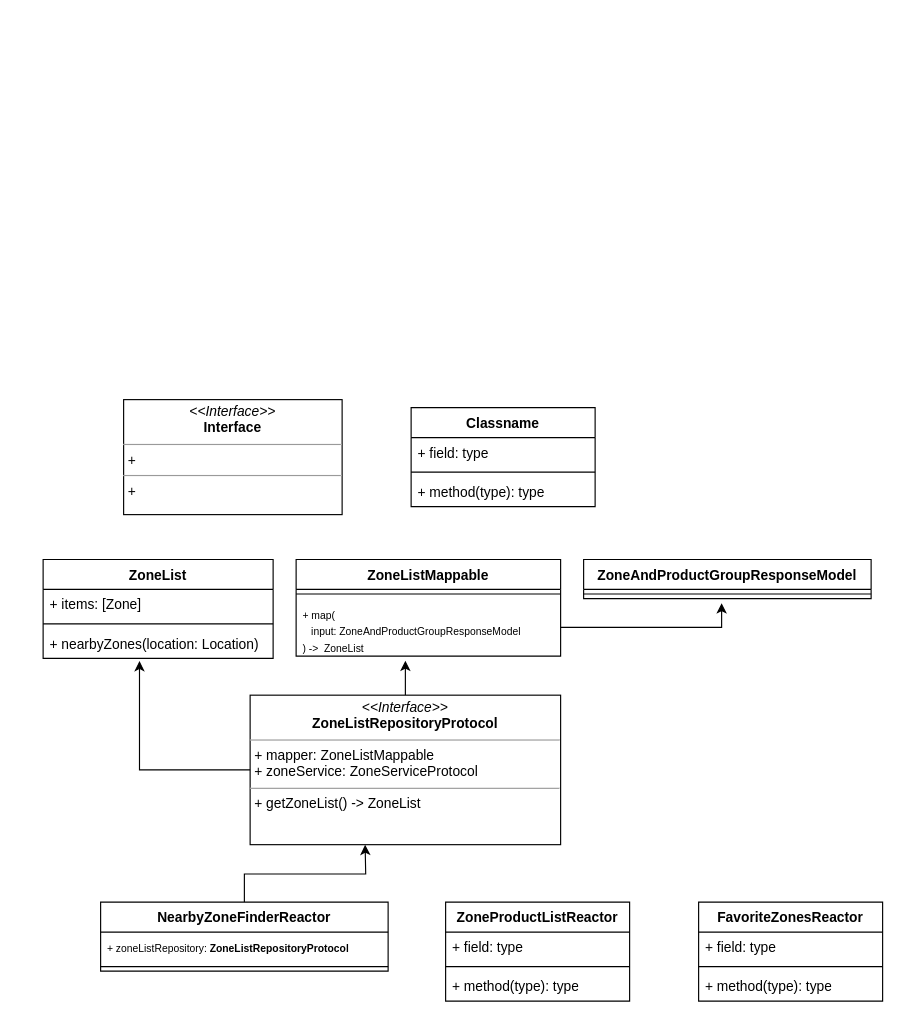
This is Cars.drawio from gookhee/diagrams, a draw.io file, before an edit. Source tidied: cells renumbered, new cells numbered last; positions are measured from the earlier drawing's top-left corner, leaving out a move shared by most shapes. Both pictures are drawn from the tidied source at 115%, with x=0, y=0 at pixel (43, 399).
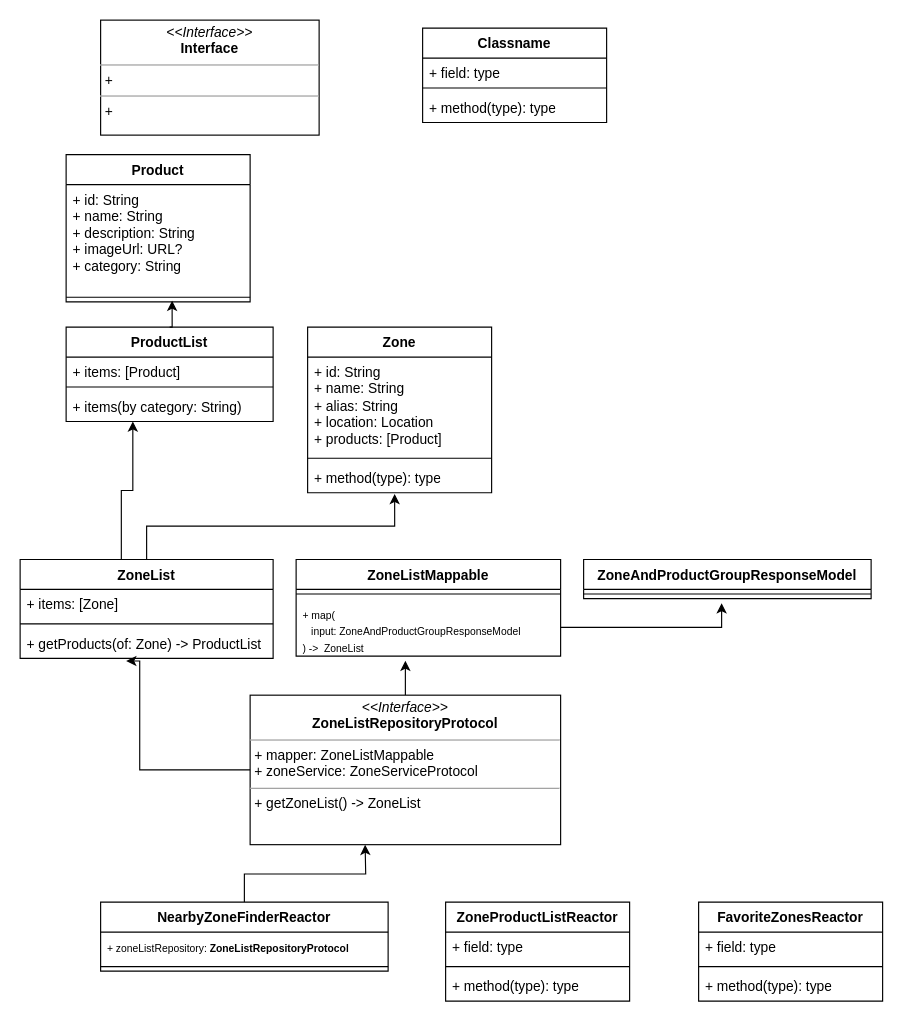
After the change.

Diff of the diagram source:
```diff
@@
     <mxCell id="2" value="&lt;p style=&quot;margin:0px;margin-top:4px;text-align:center;&quot;&gt;&lt;i&gt;&amp;lt;&amp;lt;Interface&amp;gt;&amp;gt;&lt;/i&gt;&lt;br&gt;&lt;b&gt;Interface&lt;/b&gt;&lt;/p&gt;&lt;hr size=&quot;1&quot;&gt;&lt;p style=&quot;margin:0px;margin-left:4px;&quot;&gt;+&amp;nbsp;&lt;br&gt;&lt;/p&gt;&lt;hr size=&quot;1&quot;&gt;&lt;p style=&quot;margin:0px;margin-left:4px;&quot;&gt;+&amp;nbsp;&lt;br&gt;&lt;/p&gt;" style="verticalAlign=top;align=left;overflow=fill;fontSize=12;fontFamily=Helvetica;html=1;whiteSpace=wrap;" parent="1" vertex="1">
-      <mxGeometry x="70" width="190" height="100" as="geometry" />
+      <mxGeometry x="50" y="-330" width="190" height="100" as="geometry" />
     </mxCell>
     <mxCell id="3" value="Classname" style="swimlane;fontStyle=1;align=center;verticalAlign=top;horizontal=1;startSize=26;whiteSpace=wrap;html=1;" parent="1" vertex="1">
-      <mxGeometry x="320" y="7" width="160" height="86" as="geometry" />
+      <mxGeometry x="330" y="-323" width="160" height="82" as="geometry" />
     </mxCell>
     <mxCell id="4" value="+ field: type" style="text;strokeColor=none;fillColor=none;align=left;verticalAlign=top;spacingLeft=4;spacingRight=4;overflow=hidden;whiteSpace=wrap;html=1;" parent="3" vertex="1">
-      <mxGeometry y="26" width="160" height="26" as="geometry" />
+      <mxGeometry y="26" width="160" height="22" as="geometry" />
     </mxCell>
     <mxCell id="5" style="line;strokeWidth=1;fillColor=none;align=left;verticalAlign=middle;spacingTop=-1;spacingLeft=3;spacingRight=3;labelPosition=right;strokeColor=inherit;" parent="3" vertex="1">
-      <mxGeometry y="52" width="160" height="8" as="geometry" />
+      <mxGeometry y="48" width="160" height="8" as="geometry" />
     </mxCell>
     <mxCell id="6" value="+ method(type): type" style="text;strokeColor=none;fillColor=none;align=left;verticalAlign=top;spacingLeft=4;spacingRight=4;overflow=hidden;whiteSpace=wrap;html=1;" parent="3" vertex="1">
-      <mxGeometry y="60" width="160" height="26" as="geometry" />
+      <mxGeometry y="56" width="160" height="26" as="geometry" />
     </mxCell>
@@
+    <mxCell id="32" style="edgeStyle=orthogonalEdgeStyle;rounded=0;orthogonalLoop=1;jettySize=auto;html=1;" parent="1" edge="1">
+      <mxGeometry relative="1" as="geometry">
+        <mxPoint x="68" y="139" as="sourcePoint" />
+        <mxPoint x="78" y="19" as="targetPoint" />
+        <Array as="points">
+          <mxPoint x="68" y="79" />
+          <mxPoint x="78" y="79" />
+        </Array>
+      </mxGeometry>
+    </mxCell>
     <mxCell id="23" value="ZoneList" style="swimlane;fontStyle=1;align=center;verticalAlign=top;horizontal=1;startSize=26;whiteSpace=wrap;html=1;" parent="1" vertex="1">
-      <mxGeometry y="139" width="200" height="86" as="geometry" />
+      <mxGeometry x="-20" y="139" width="220" height="86" as="geometry" />
     </mxCell>
     <mxCell id="24" value="+ items: [Zone]" style="text;strokeColor=none;fillColor=none;align=left;verticalAlign=top;spacingLeft=4;spacingRight=4;overflow=hidden;whiteSpace=wrap;html=1;" parent="23" vertex="1">
-      <mxGeometry y="26" width="200" height="26" as="geometry" />
+      <mxGeometry y="26" width="220" height="26" as="geometry" />
     </mxCell>
     <mxCell id="25" style="line;strokeWidth=1;fillColor=none;align=left;verticalAlign=middle;spacingTop=-1;spacingLeft=3;spacingRight=3;labelPosition=right;strokeColor=inherit;" parent="23" vertex="1">
-      <mxGeometry y="52" width="200" height="8" as="geometry" />
+      <mxGeometry y="52" width="220" height="8" as="geometry" />
     </mxCell>
-    <mxCell id="26" value="+ nearbyZones(location: Location)" style="text;strokeColor=none;fillColor=none;align=left;verticalAlign=top;spacingLeft=4;spacingRight=4;overflow=hidden;points=[[0,0.5],[1,0.5]];portConstraint=eastwest;whiteSpace=wrap;html=1;" parent="23" vertex="1">
-      <mxGeometry y="60" width="200" height="26" as="geometry" />
+    <mxCell id="26" value="+ getProducts(of: Zone) -&amp;gt; ProductList" style="text;strokeColor=none;fillColor=none;align=left;verticalAlign=top;spacingLeft=4;spacingRight=4;overflow=hidden;points=[[0,0.5],[1,0.5]];portConstraint=eastwest;whiteSpace=wrap;html=1;" parent="23" vertex="1">
+      <mxGeometry y="60" width="220" height="26" as="geometry" />
     </mxCell>
@@
+    <mxCell id="33" value="Product" style="swimlane;fontStyle=1;align=center;verticalAlign=top;horizontal=1;startSize=26;whiteSpace=wrap;html=1;" parent="1" vertex="1">
+      <mxGeometry x="20" y="-213" width="160" height="128" as="geometry" />
+    </mxCell>
+    <mxCell id="34" value="+ id: String&lt;br style=&quot;border-color: var(--border-color);&quot;&gt;+ name: String&lt;br&gt;+ description: String&lt;br&gt;+&amp;nbsp;imageUrl: URL?&lt;br&gt;+ category: String" style="text;strokeColor=none;fillColor=none;align=left;verticalAlign=top;spacingLeft=4;spacingRight=4;overflow=hidden;whiteSpace=wrap;html=1;" parent="33" vertex="1">
+      <mxGeometry y="26" width="160" height="94" as="geometry" />
+    </mxCell>
+    <mxCell id="35" style="line;strokeWidth=1;fillColor=none;align=left;verticalAlign=middle;spacingTop=-1;spacingLeft=3;spacingRight=3;labelPosition=right;points=[];portConstraint=eastwest;strokeColor=inherit;" parent="33" vertex="1">
+      <mxGeometry y="120" width="160" height="8" as="geometry" />
+    </mxCell>
+    <mxCell id="36" value="Zone" style="swimlane;fontStyle=1;align=center;verticalAlign=top;horizontal=1;startSize=26;whiteSpace=wrap;html=1;" parent="1" vertex="1">
+      <mxGeometry x="230" y="-63" width="160" height="144" as="geometry" />
+    </mxCell>
+    <mxCell id="37" value="+ id: String&lt;br&gt;+ name: String&lt;br&gt;+ alias: String&lt;br&gt;+ location: Location&lt;br&gt;+ products: [Product]" style="text;strokeColor=none;fillColor=none;align=left;verticalAlign=top;spacingLeft=4;spacingRight=4;overflow=hidden;whiteSpace=wrap;html=1;" parent="36" vertex="1">
+      <mxGeometry y="26" width="160" height="84" as="geometry" />
+    </mxCell>
+    <mxCell id="38" style="line;strokeWidth=1;fillColor=none;align=left;verticalAlign=middle;spacingTop=-1;spacingLeft=3;spacingRight=3;labelPosition=right;strokeColor=inherit;" parent="36" vertex="1">
+      <mxGeometry y="110" width="160" height="8" as="geometry" />
+    </mxCell>
+    <mxCell id="39" value="+ method(type): type" style="text;strokeColor=none;fillColor=none;align=left;verticalAlign=top;spacingLeft=4;spacingRight=4;overflow=hidden;points=[[0,0.5],[1,0.5]];portConstraint=eastwest;whiteSpace=wrap;html=1;" parent="36" vertex="1">
+      <mxGeometry y="118" width="160" height="26" as="geometry" />
+    </mxCell>
+    <mxCell id="40" style="edgeStyle=orthogonalEdgeStyle;rounded=0;jettySize=auto;html=1;entryX=0.473;entryY=1.038;entryDx=0;entryDy=0;entryPerimeter=0;" parent="1" edge="1" source="23" target="39">
+      <mxGeometry relative="1" as="geometry" />
+    </mxCell>
+    <mxCell id="41" value="ProductList" style="swimlane;fontStyle=1;align=center;verticalAlign=top;horizontal=1;startSize=26;whiteSpace=wrap;html=1;" parent="1" vertex="1">
+      <mxGeometry x="20" y="-63" width="180" height="82" as="geometry" />
+    </mxCell>
+    <mxCell id="42" value="+ items: [Product]" style="text;strokeColor=none;fillColor=none;align=left;verticalAlign=top;spacingLeft=4;spacingRight=4;overflow=hidden;whiteSpace=wrap;html=1;" parent="41" vertex="1">
+      <mxGeometry y="26" width="180" height="22" as="geometry" />
+    </mxCell>
+    <mxCell id="43" style="line;strokeWidth=1;fillColor=none;align=left;verticalAlign=middle;spacingTop=-1;spacingLeft=3;spacingRight=3;labelPosition=right;strokeColor=inherit;" parent="41" vertex="1">
+      <mxGeometry y="48" width="180" height="8" as="geometry" />
+    </mxCell>
+    <mxCell id="44" value="+ items(by category: String)&amp;nbsp;" style="text;strokeColor=none;fillColor=none;align=left;verticalAlign=top;spacingLeft=4;spacingRight=4;overflow=hidden;whiteSpace=wrap;html=1;" parent="41" vertex="1">
+      <mxGeometry y="56" width="180" height="26" as="geometry" />
+    </mxCell>
+    <mxCell id="45" style="edgeStyle=orthogonalEdgeStyle;rounded=0;jettySize=auto;html=1;exitX=0.5;exitY=0;exitDx=0;exitDy=0;entryX=0.576;entryY=0.875;entryDx=0;entryDy=0;entryPerimeter=0;" parent="1" edge="1" source="41" target="35">
+      <mxGeometry relative="1" as="geometry" />
+    </mxCell>
```
